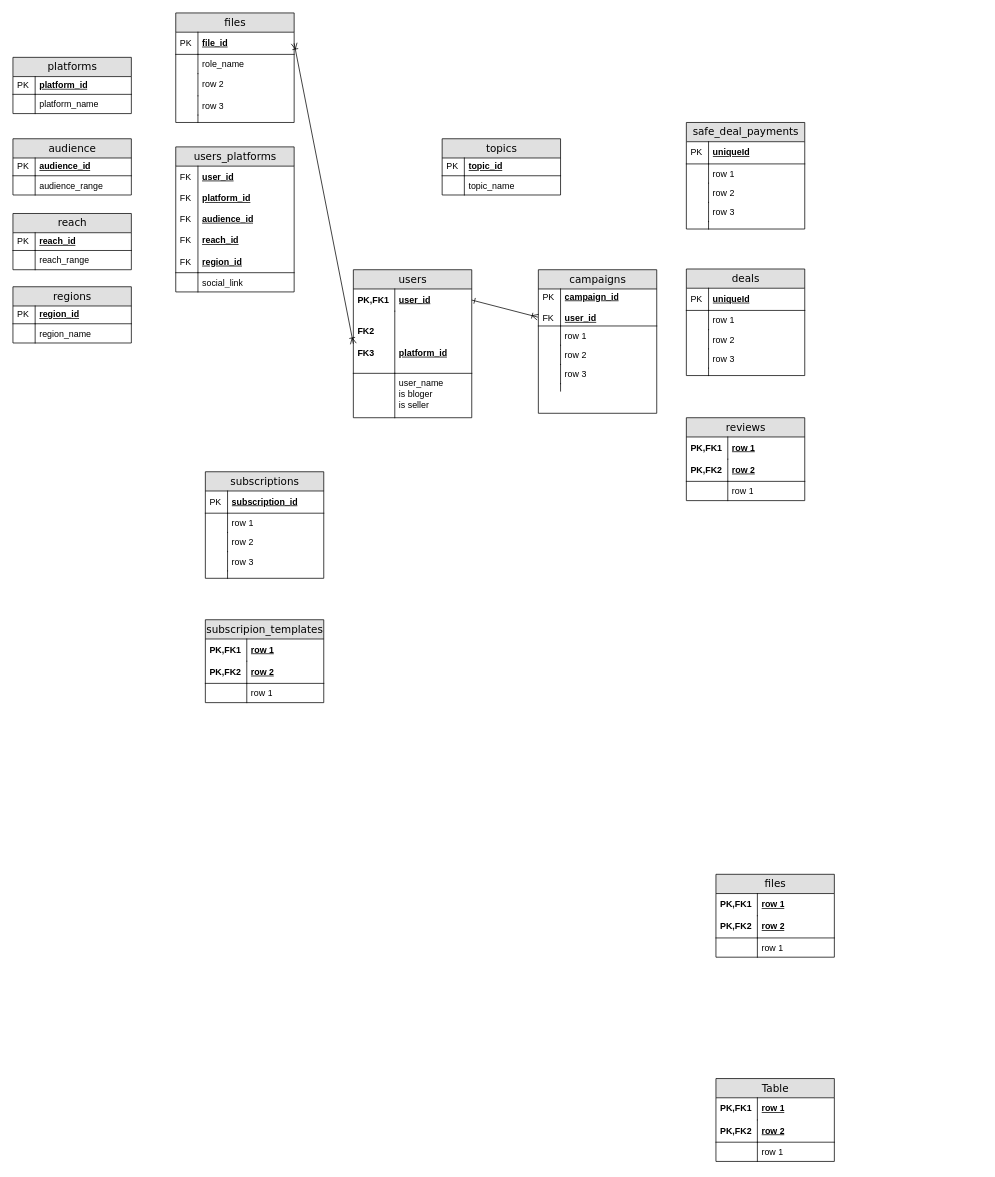
NadezdaHope19/practice keeps this draw.io diagram as diagrams/erd.drawio.xml. Above is the earlier version. Source tidied: cells renumbered, new cells numbered last; positions are measured from the earlier drawing's top-left corner, leaving out a move shared by most shapes. Both pictures are drawn from the tidied source at 74%, with x=0, y=0 at pixel (13, 13).
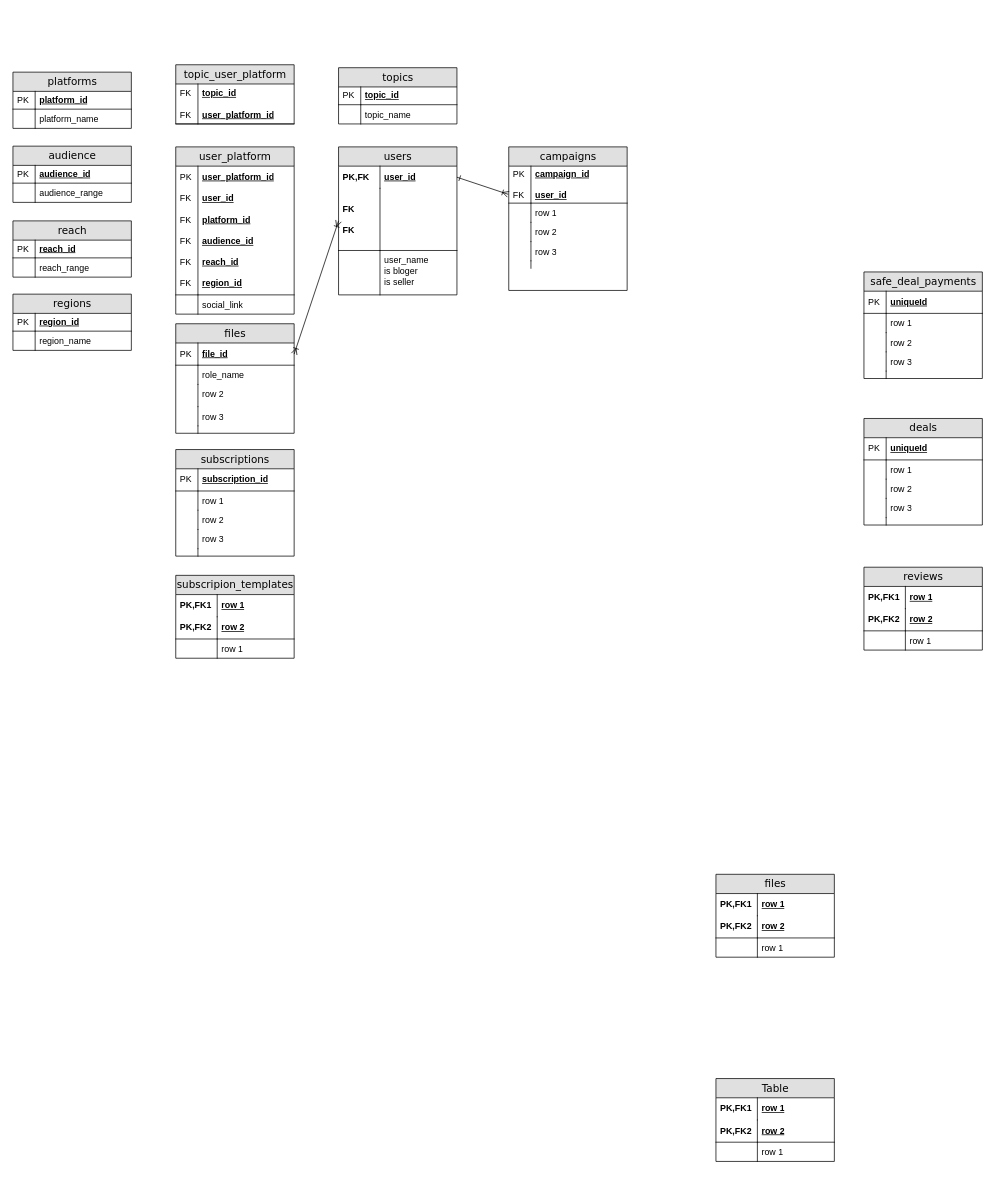
After the change.

The change refers to these unchanged cells:
```xml
<mxCell id="3" value="user_id" style="shape=partialRectangle;top=0;left=0;right=0;bottom=0;html=1;align=left;verticalAlign=middle;fillColor=none;spacingLeft=60;spacingRight=4;whiteSpace=wrap;overflow=hidden;points=[[0,0.5],[1,0.5]];portConstraint=eastwest;fontStyle=5;" parent="2" vertex="1">
  <mxGeometry y="26" width="160" height="30" as="geometry" />
</mxCell>
```

Diff of the diagram source:
```diff
@@
     <mxCell id="2" value="users" style="swimlane;html=1;fontStyle=0;horizontal=1;startSize=26;fillColor=#e0e0e0;swimlaneFillColor=#ffffff;align=center;rounded=0;shadow=0;comic=0;labelBackgroundColor=none;strokeWidth=1;fontFamily=Verdana;fontSize=14;" parent="1" vertex="1">
-      <mxGeometry x="460" y="347" width="160" height="200" as="geometry" />
+      <mxGeometry x="440" y="181" width="160" height="200" as="geometry" />
     </mxCell>
@@
-    <mxCell id="4" value="PK,FK1" style="shape=partialRectangle;fontStyle=1;top=0;left=0;bottom=0;html=1;fillColor=none;align=left;verticalAlign=middle;spacingLeft=4;spacingRight=4;whiteSpace=wrap;overflow=hidden;" parent="3" vertex="1">
+    <mxCell id="4" value="PK,FK" style="shape=partialRectangle;fontStyle=1;top=0;left=0;bottom=0;html=1;fillColor=none;align=left;verticalAlign=middle;spacingLeft=4;spacingRight=4;whiteSpace=wrap;overflow=hidden;" parent="3" vertex="1">
       <mxGeometry width="56" height="30" as="geometry" />
     </mxCell>
-    <mxCell id="5" value="&lt;br&gt;&lt;div&gt;&lt;br&gt;&lt;/div&gt;&lt;div&gt;platform_id&lt;/div&gt;" style="shape=partialRectangle;top=0;left=0;right=0;bottom=1;html=1;align=left;verticalAlign=middle;fillColor=none;spacingLeft=60;spacingRight=4;whiteSpace=wrap;overflow=hidden;fontStyle=5;" parent="2" vertex="1">
+    <mxCell id="5" style="shape=partialRectangle;top=0;left=0;right=0;bottom=1;html=1;align=left;verticalAlign=middle;fillColor=none;spacingLeft=60;spacingRight=4;whiteSpace=wrap;overflow=hidden;fontStyle=5;" parent="2" vertex="1">
       <mxGeometry y="56" width="160" height="84" as="geometry" />
     </mxCell>
-    <mxCell id="6" value="FK2&lt;div&gt;&lt;br&gt;&lt;/div&gt;&lt;div&gt;FK3&lt;/div&gt;" style="shape=partialRectangle;fontStyle=1;top=0;left=0;bottom=0;html=1;fillColor=none;align=left;verticalAlign=middle;spacingLeft=4;spacingRight=4;whiteSpace=wrap;overflow=hidden;" parent="5" vertex="1">
+    <mxCell id="6" value="FK&lt;div&gt;&lt;br&gt;&lt;/div&gt;&lt;div&gt;FK&lt;/div&gt;" style="shape=partialRectangle;fontStyle=1;top=0;left=0;bottom=0;html=1;fillColor=none;align=left;verticalAlign=middle;spacingLeft=4;spacingRight=4;whiteSpace=wrap;overflow=hidden;" parent="5" vertex="1">
       <mxGeometry width="56" height="84" as="geometry" />
     </mxCell>
@@
     <mxCell id="9" value="campaigns" style="swimlane;html=1;fontStyle=0;horizontal=1;startSize=26;fillColor=#e0e0e0;swimlaneFillColor=#ffffff;align=center;rounded=0;shadow=0;comic=0;labelBackgroundColor=none;strokeWidth=1;fontFamily=Verdana;fontSize=14;swimlaneLine=1;" parent="1" vertex="1">
-      <mxGeometry x="710" y="347" width="160" height="194" as="geometry" />
+      <mxGeometry x="670" y="181" width="160" height="194" as="geometry" />
     </mxCell>
@@
     <mxCell id="20" value="safe_deal_payments" style="swimlane;html=1;fontStyle=0;horizontal=1;startSize=26;fillColor=#e0e0e0;swimlaneFillColor=#ffffff;align=center;rounded=0;shadow=0;comic=0;labelBackgroundColor=none;strokeWidth=1;fontFamily=Verdana;fontSize=14;" parent="1" vertex="1">
-      <mxGeometry x="910" y="148" width="160" height="144" as="geometry" />
+      <mxGeometry x="1150" y="350" width="160" height="144" as="geometry" />
     </mxCell>
@@
     <mxCell id="31" value="subscriptions" style="swimlane;html=1;fontStyle=0;horizontal=1;startSize=26;fillColor=#e0e0e0;swimlaneFillColor=#ffffff;align=center;rounded=0;shadow=0;comic=0;labelBackgroundColor=none;strokeWidth=1;fontFamily=Verdana;fontSize=14;" parent="1" vertex="1">
-      <mxGeometry x="260" y="620" width="160" height="144" as="geometry" />
+      <mxGeometry x="220" y="590" width="160" height="144" as="geometry" />
     </mxCell>
@@
     <mxCell id="49" value="subscripion_templates" style="swimlane;html=1;fontStyle=0;horizontal=1;startSize=26;fillColor=#e0e0e0;swimlaneFillColor=#ffffff;align=center;rounded=0;shadow=0;comic=0;labelBackgroundColor=none;strokeWidth=1;fontFamily=Verdana;fontSize=14;" parent="1" vertex="1">
-      <mxGeometry x="260" y="820" width="160" height="112" as="geometry" />
+      <mxGeometry x="220" y="760" width="160" height="112" as="geometry" />
     </mxCell>
@@
     <mxCell id="56" value="reviews" style="swimlane;html=1;fontStyle=0;horizontal=1;startSize=26;fillColor=#e0e0e0;swimlaneFillColor=#ffffff;align=center;rounded=0;shadow=0;comic=0;labelBackgroundColor=none;strokeWidth=1;fontFamily=Verdana;fontSize=14;" parent="1" vertex="1">
-      <mxGeometry x="910" y="547" width="160" height="112" as="geometry" />
+      <mxGeometry x="1150" y="749" width="160" height="112" as="geometry" />
     </mxCell>
@@
     <mxCell id="70" value="deals" style="swimlane;html=1;fontStyle=0;horizontal=1;startSize=26;fillColor=#e0e0e0;swimlaneFillColor=#ffffff;align=center;rounded=0;shadow=0;comic=0;labelBackgroundColor=none;strokeWidth=1;fontFamily=Verdana;fontSize=14;" parent="1" vertex="1">
-      <mxGeometry x="910" y="346" width="160" height="144" as="geometry" />
+      <mxGeometry x="1150" y="548" width="160" height="144" as="geometry" />
     </mxCell>
@@
     <mxCell id="81" value="files" style="swimlane;html=1;fontStyle=0;horizontal=1;startSize=26;fillColor=#e0e0e0;swimlaneFillColor=#ffffff;align=center;rounded=0;shadow=0;comic=0;labelBackgroundColor=none;strokeWidth=1;fontFamily=Verdana;fontSize=14;" parent="1" vertex="1">
-      <mxGeometry x="220" width="160" height="148" as="geometry" />
+      <mxGeometry x="220" y="420" width="160" height="148" as="geometry" />
     </mxCell>
@@
     <mxCell id="94" value="topics" style="swimlane;html=1;fontStyle=0;horizontal=1;startSize=26;fillColor=#e0e0e0;swimlaneFillColor=#ffffff;align=center;rounded=0;shadow=0;comic=0;labelBackgroundColor=none;strokeWidth=1;fontFamily=Verdana;fontSize=14;swimlaneLine=1;" parent="1" vertex="1">
-      <mxGeometry x="580" y="170" width="160" height="76" as="geometry" />
+      <mxGeometry x="440" y="74" width="160" height="76" as="geometry" />
     </mxCell>
@@
     <mxCell id="99" value="platforms" style="swimlane;html=1;fontStyle=0;horizontal=1;startSize=26;fillColor=#e0e0e0;swimlaneFillColor=#ffffff;align=center;rounded=0;shadow=0;comic=0;labelBackgroundColor=none;strokeWidth=1;fontFamily=Verdana;fontSize=14;swimlaneLine=1;" parent="1" vertex="1">
-      <mxGeometry y="60" width="160" height="76" as="geometry" />
+      <mxGeometry y="80" width="160" height="76" as="geometry" />
     </mxCell>
@@
-    <mxCell id="104" value="users_platforms" style="swimlane;html=1;fontStyle=0;horizontal=1;startSize=26;fillColor=#e0e0e0;swimlaneFillColor=#ffffff;align=center;rounded=0;shadow=0;comic=0;labelBackgroundColor=none;strokeWidth=1;fontFamily=Verdana;fontSize=14;" parent="1" vertex="1">
-      <mxGeometry x="220" y="181" width="160" height="196" as="geometry" />
+    <mxCell id="104" value="user_platform" style="swimlane;html=1;fontStyle=0;horizontal=1;startSize=26;fillColor=#e0e0e0;swimlaneFillColor=#ffffff;align=center;rounded=0;shadow=0;comic=0;labelBackgroundColor=none;strokeWidth=1;fontFamily=Verdana;fontSize=14;" parent="1" vertex="1">
+      <mxGeometry x="220" y="181" width="160" height="226" as="geometry" />
     </mxCell>
-    <mxCell id="105" value="user_id&lt;div&gt;&lt;br&gt;&lt;div&gt;platform_id&lt;/div&gt;&lt;/div&gt;&lt;div&gt;&lt;br&gt;&lt;/div&gt;&lt;div&gt;audience_id&lt;/div&gt;&lt;div&gt;&lt;br&gt;&lt;/div&gt;&lt;div&gt;reach_id&lt;/div&gt;&lt;div&gt;&lt;br&gt;&lt;/div&gt;&lt;div&gt;region_id&lt;/div&gt;" style="shape=partialRectangle;top=0;left=0;right=0;bottom=1;html=1;align=left;verticalAlign=middle;fillColor=none;spacingLeft=34;spacingRight=4;whiteSpace=wrap;overflow=hidden;fontStyle=5;" parent="104" vertex="1">
-      <mxGeometry y="26" width="160" height="144" as="geometry" />
+    <mxCell id="105" value="&lt;div&gt;&lt;span style=&quot;background-color: transparent; color: light-dark(rgb(0, 0, 0), rgb(255, 255, 255));&quot;&gt;user_platform_id&lt;/span&gt;&lt;/div&gt;&lt;div&gt;&lt;br&gt;&lt;/div&gt;user_id&lt;div&gt;&lt;br&gt;&lt;div&gt;platform_id&lt;/div&gt;&lt;/div&gt;&lt;div&gt;&lt;br&gt;&lt;/div&gt;&lt;div&gt;audience_id&lt;/div&gt;&lt;div&gt;&lt;br&gt;&lt;/div&gt;&lt;div&gt;reach_id&lt;/div&gt;&lt;div&gt;&lt;br&gt;&lt;/div&gt;&lt;div&gt;region_id&lt;/div&gt;" style="shape=partialRectangle;top=0;left=0;right=0;bottom=1;html=1;align=left;verticalAlign=middle;fillColor=none;spacingLeft=34;spacingRight=4;whiteSpace=wrap;overflow=hidden;fontStyle=5;" parent="104" vertex="1">
+      <mxGeometry y="26" width="160" height="174" as="geometry" />
     </mxCell>
-    <mxCell id="106" value="FK&lt;div&gt;&lt;br&gt;&lt;div&gt;FK&lt;/div&gt;&lt;/div&gt;&lt;div&gt;&lt;br&gt;&lt;/div&gt;&lt;div&gt;FK&lt;/div&gt;&lt;div&gt;&lt;br&gt;&lt;/div&gt;&lt;div&gt;FK&lt;/div&gt;&lt;div&gt;&lt;br&gt;&lt;/div&gt;&lt;div&gt;FK&lt;/div&gt;" style="shape=partialRectangle;top=0;left=0;bottom=0;html=1;fillColor=none;align=left;verticalAlign=middle;spacingLeft=4;spacingRight=4;whiteSpace=wrap;overflow=hidden;" parent="105" vertex="1">
-      <mxGeometry width="30" height="144" as="geometry" />
+    <mxCell id="106" value="&lt;div&gt;&lt;span style=&quot;background-color: transparent; color: light-dark(rgb(0, 0, 0), rgb(255, 255, 255));&quot;&gt;PK&lt;/span&gt;&lt;/div&gt;&lt;div&gt;&lt;br&gt;&lt;/div&gt;FK&lt;div&gt;&lt;br&gt;&lt;div&gt;FK&lt;/div&gt;&lt;/div&gt;&lt;div&gt;&lt;br&gt;&lt;/div&gt;&lt;div&gt;FK&lt;/div&gt;&lt;div&gt;&lt;br&gt;&lt;/div&gt;&lt;div&gt;FK&lt;/div&gt;&lt;div&gt;&lt;br&gt;&lt;/div&gt;&lt;div&gt;FK&lt;/div&gt;" style="shape=partialRectangle;top=0;left=0;bottom=0;html=1;fillColor=none;align=left;verticalAlign=middle;spacingLeft=4;spacingRight=4;whiteSpace=wrap;overflow=hidden;" parent="105" vertex="1">
+      <mxGeometry width="30" height="174" as="geometry" />
     </mxCell>
     <mxCell id="107" value="social_link" style="shape=partialRectangle;top=0;left=0;right=0;bottom=0;html=1;align=left;verticalAlign=top;fillColor=none;spacingLeft=34;spacingRight=4;whiteSpace=wrap;overflow=hidden;" parent="104" vertex="1">
-      <mxGeometry y="170" width="160" height="26" as="geometry" />
+      <mxGeometry y="200" width="160" height="26" as="geometry" />
     </mxCell>
@@
     <mxCell id="109" value="audience" style="swimlane;html=1;fontStyle=0;horizontal=1;startSize=26;fillColor=#e0e0e0;swimlaneFillColor=#ffffff;align=center;rounded=0;shadow=0;comic=0;labelBackgroundColor=none;strokeWidth=1;fontFamily=Verdana;fontSize=14;swimlaneLine=1;" parent="1" vertex="1">
-      <mxGeometry y="170" width="160" height="76" as="geometry" />
+      <mxGeometry y="180" width="160" height="76" as="geometry" />
     </mxCell>
@@
     <mxCell id="114" value="reach" style="swimlane;html=1;fontStyle=0;horizontal=1;startSize=26;fillColor=#e0e0e0;swimlaneFillColor=#ffffff;align=center;rounded=0;shadow=0;comic=0;labelBackgroundColor=none;strokeWidth=1;fontFamily=Verdana;fontSize=14;swimlaneLine=1;" parent="1" vertex="1">
-      <mxGeometry y="271" width="160" height="76" as="geometry" />
+      <mxGeometry y="281" width="160" height="76" as="geometry" />
     </mxCell>
@@
     <mxCell id="119" value="regions" style="swimlane;html=1;fontStyle=0;horizontal=1;startSize=26;fillColor=#e0e0e0;swimlaneFillColor=#ffffff;align=center;rounded=0;shadow=0;comic=0;labelBackgroundColor=none;strokeWidth=1;fontFamily=Verdana;fontSize=14;swimlaneLine=1;" parent="1" vertex="1">
-      <mxGeometry y="370" width="160" height="76" as="geometry" />
+      <mxGeometry y="380" width="160" height="76" as="geometry" />
     </mxCell>
@@
+    <mxCell id="124" value="topic_user_platform" style="swimlane;html=1;fontStyle=0;horizontal=1;startSize=26;fillColor=#e0e0e0;swimlaneFillColor=#ffffff;align=center;rounded=0;shadow=0;comic=0;labelBackgroundColor=none;strokeWidth=1;fontFamily=Verdana;fontSize=14;swimlaneLine=1;" parent="1" vertex="1">
+      <mxGeometry x="220" y="70" width="160" height="80" as="geometry" />
+    </mxCell>
+    <mxCell id="125" value="topic_id&lt;div&gt;&lt;br&gt;&lt;/div&gt;&lt;div&gt;user_platform_id&lt;/div&gt;" style="shape=partialRectangle;top=0;left=0;right=0;bottom=1;html=1;align=left;verticalAlign=middle;fillColor=none;spacingLeft=34;spacingRight=4;whiteSpace=wrap;overflow=hidden;fontStyle=5;" parent="124" vertex="1">
+      <mxGeometry y="26" width="160" height="54" as="geometry" />
+    </mxCell>
+    <mxCell id="126" value="FK&lt;div&gt;&lt;br&gt;&lt;/div&gt;&lt;div&gt;FK&lt;/div&gt;" style="shape=partialRectangle;top=0;left=0;bottom=0;html=1;fillColor=none;align=left;verticalAlign=middle;spacingLeft=4;spacingRight=4;whiteSpace=wrap;overflow=hidden;" parent="125" vertex="1">
+      <mxGeometry width="30" height="54" as="geometry" />
+    </mxCell>
```
